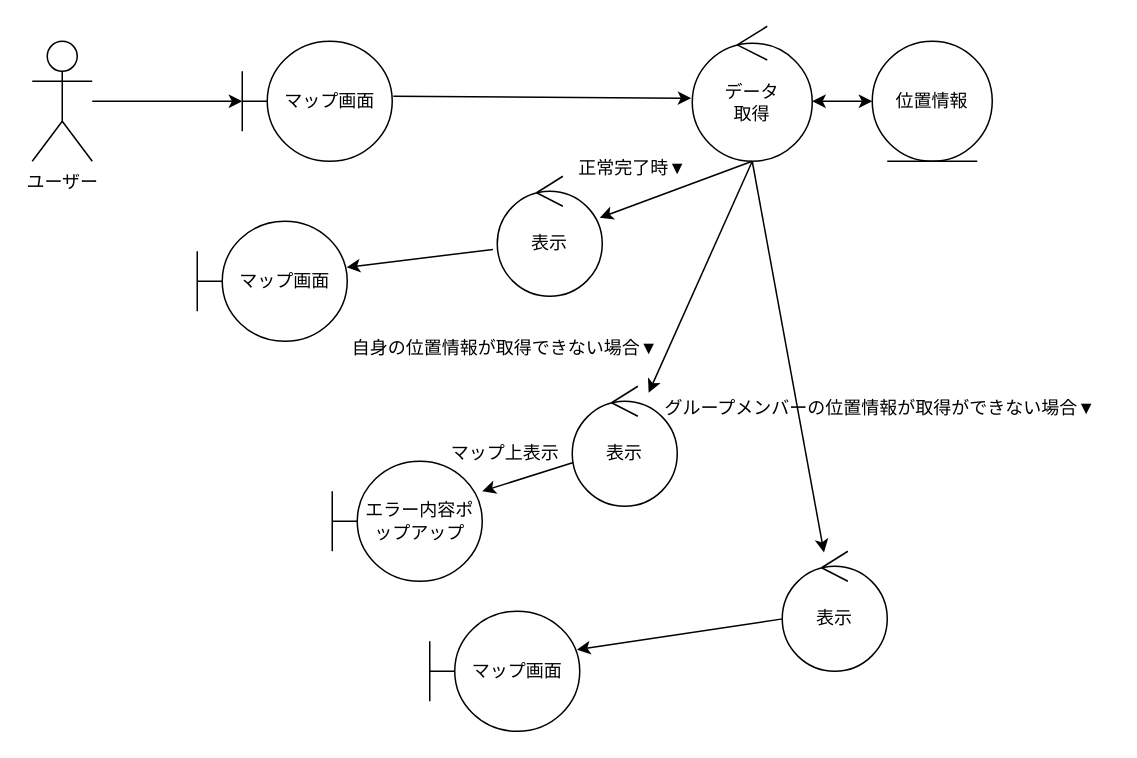
ksw2270227/GroupF keeps this draw.io diagram as page "位置情報表示" (5 of 8) of out/ロバストネス図/ユーザー２-ロバストネス図.drawio. Above is the earlier version. Source tidied: cells renumbered, new cells numbered last; positions are measured from the earlier drawing's top-left corner, leaving out a move shared by most shapes. Both pictures are drawn from the tidied source at 150%, with x=0, y=0 at pixel (32, 26).
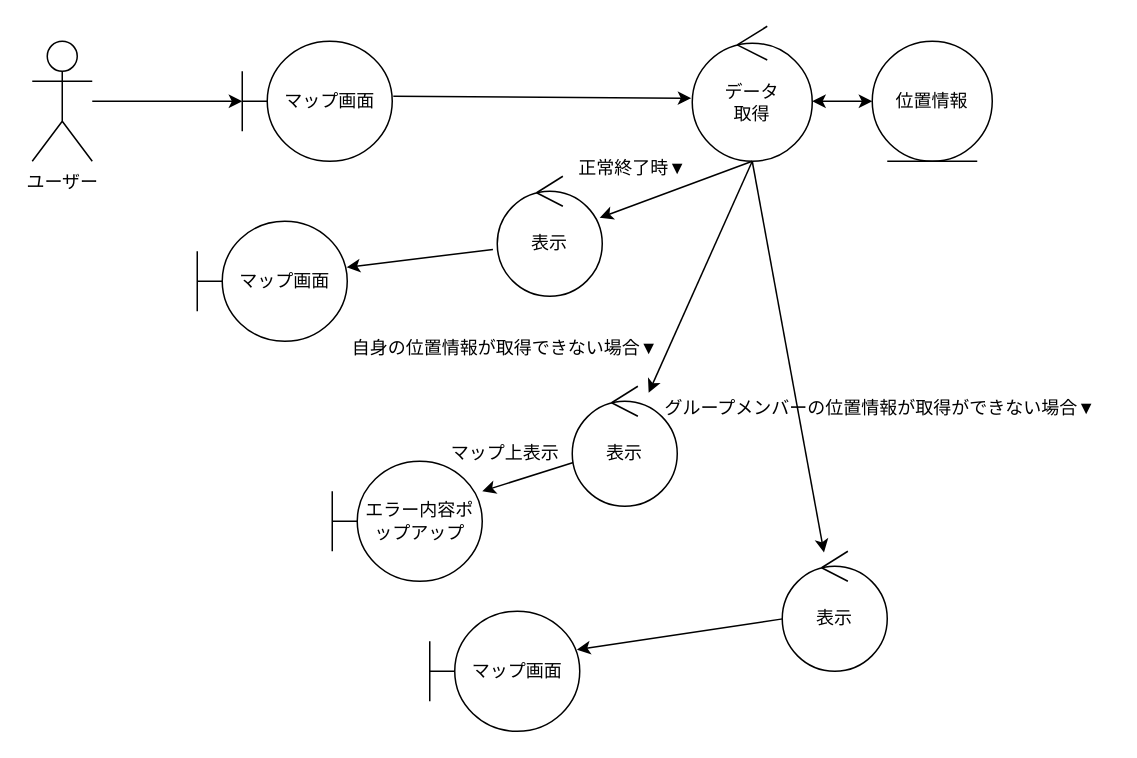
After the change.

Change to the diagram source:
```diff
@@
-    <mxCell id="11" value="正常完了時▼" style="text;html=1;align=center;verticalAlign=middle;strokeColor=none;fillColor=none;" parent="1" vertex="1">
+    <mxCell id="11" value="正常終了時▼" style="text;html=1;align=center;verticalAlign=middle;strokeColor=none;fillColor=none;" parent="1" vertex="1">
       <mxGeometry x="350" y="80" width="100" height="30" as="geometry" />
     </mxCell>
```
